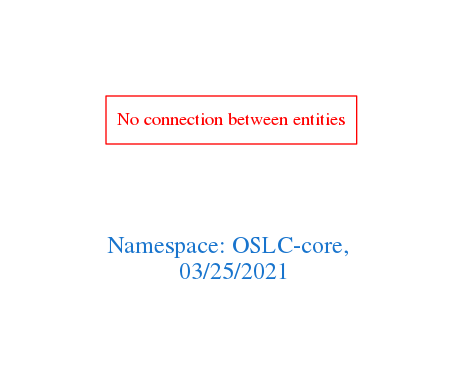
The Graphviz diagram downloads/OSLC-core.png in arago/OGIT, before a commit. Its source is kept beside it as downloads/OSLC-core.dot.
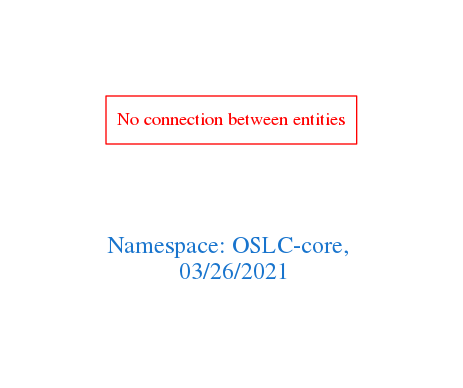
The same diagram one commit later.

Change to the diagram source:
```diff
@@ -1,7 +1,7 @@
 digraph OGIT_ontology {
  graph [ rankdir= LR,pad=1
 fontsize = 18,
-fontcolor= dodgerblue3,label = "\n\n\nNamespace: OSLC-core, \n 03/25/2021"];
+fontcolor= dodgerblue3,label = "\n\n\nNamespace: OSLC-core, \n 03/26/2021"];
 node[shape=polygon];
 edge [  color="gray81"];
 
```
